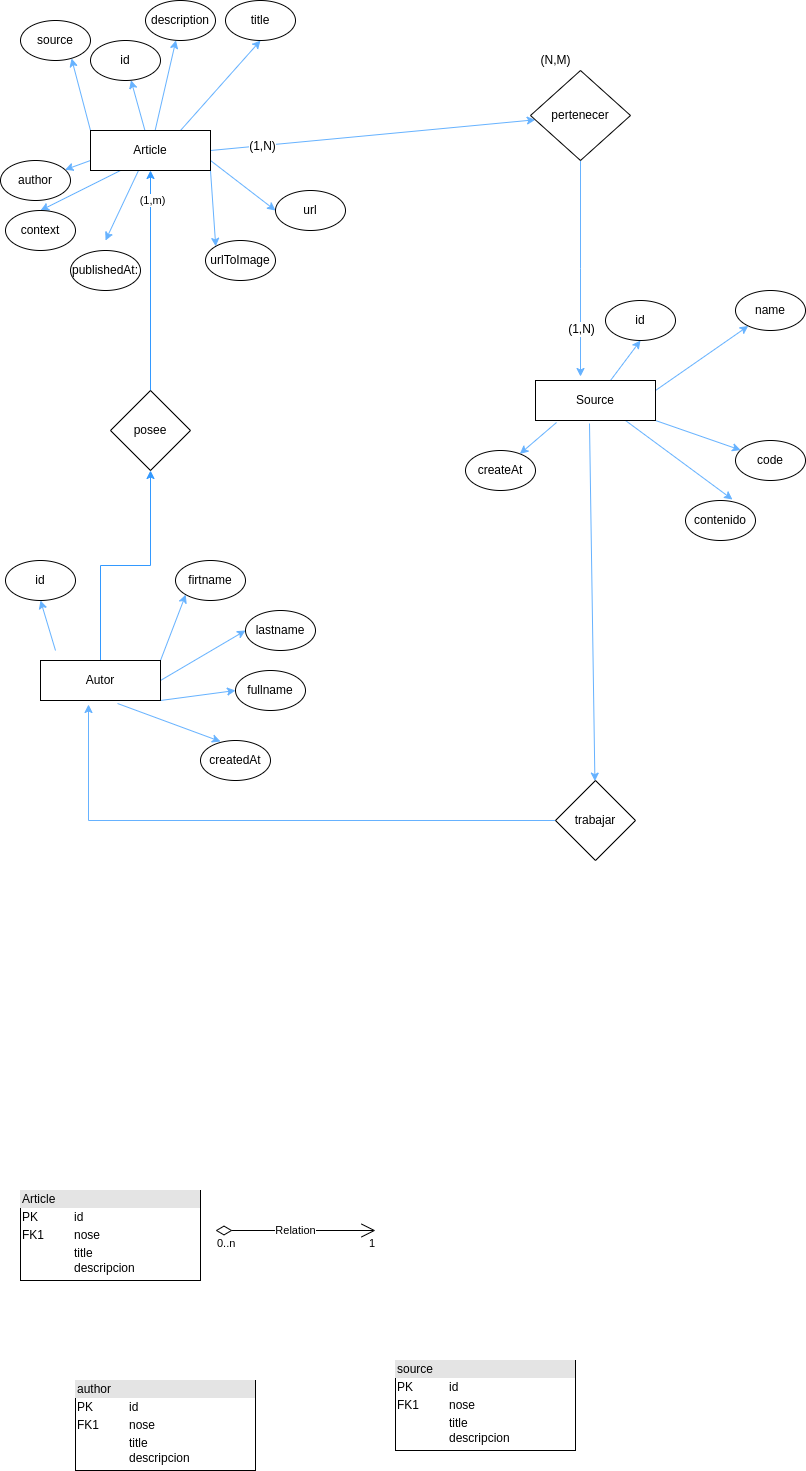
This is info.png from santy-ramirez/basededatos, a draw.io export, as it was before one commit. Source tidied: cells renumbered, new cells last; positions are measured from the earlier drawing's top-left corner, leaving out a move shared by most shapes.
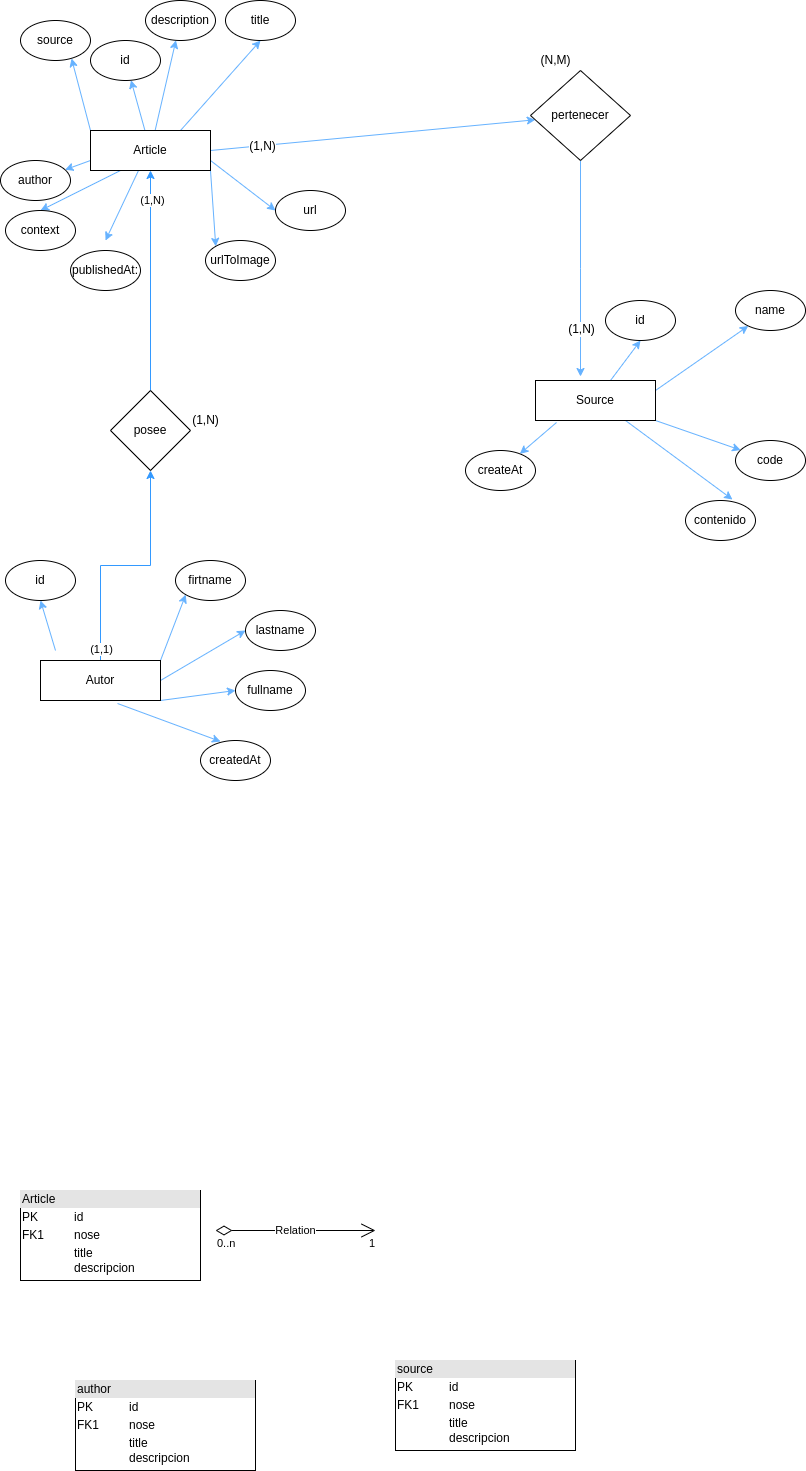
After the change.

What changed in the source:
```diff
@@ -55,9 +55,6 @@
     <mxCell id="18" style="edgeStyle=none;rounded=0;jettySize=auto;html=1;exitX=0.175;exitY=1.05;exitDx=0;exitDy=0;fontFamily=Helvetica;fontSize=12;exitPerimeter=0;strokeColor=#66B2FF;" parent="1" edge="1" source="20" target="42">
       <mxGeometry relative="1" as="geometry" />
     </mxCell>
-    <mxCell id="19" style="rounded=0;jettySize=auto;html=1;fontFamily=Helvetica;fontSize=12;exitX=0.45;exitY=1.075;exitDx=0;exitDy=0;exitPerimeter=0;strokeColor=#66B2FF;" parent="1" edge="1" source="20" target="52">
-      <mxGeometry relative="1" as="geometry" />
-    </mxCell>
     <mxCell id="20" value="Source" style="rounded=0;whiteSpace=wrap;html=1;fontSize=12;glass=0;strokeWidth=1;shadow=0;" parent="1" vertex="1">
       <mxGeometry x="535" y="380" width="120" height="40" as="geometry" />
     </mxCell>
@@ -81,6 +78,9 @@
     <mxCell id="26" style="edgeStyle=orthogonalEdgeStyle;rounded=0;jettySize=auto;html=1;strokeColor=#3399FF;" parent="1" edge="1" source="27" target="61">
       <mxGeometry relative="1" as="geometry" />
     </mxCell>
+    <mxCell id="62" value="(1,1)" style="edgeLabel;html=1;align=center;verticalAlign=middle;" parent="26" vertex="1">
+      <mxGeometry x="-0.9" relative="1" as="geometry" />
+    </mxCell>
     <mxCell id="27" value="Autor" style="rounded=0;whiteSpace=wrap;html=1;fontSize=12;glass=0;strokeWidth=1;shadow=0;" parent="1" vertex="1">
       <mxGeometry x="40" y="660" width="120" height="40" as="geometry" />
     </mxCell>
@@ -153,16 +153,6 @@
     <mxCell id="50" value="(N,M)" style="text;html=1;align=center;verticalAlign=middle;strokeColor=none;fillColor=none;fontSize=12;fontFamily=Helvetica;rounded=0;" parent="1" vertex="1">
       <mxGeometry x="530" y="45" width="50" height="30" as="geometry" />
     </mxCell>
-    <mxCell id="51" style="edgeStyle=elbowEdgeStyle;rounded=0;jettySize=auto;html=1;exitX=0;exitY=0.5;exitDx=0;exitDy=0;entryX=0.4;entryY=1.1;entryDx=0;entryDy=0;entryPerimeter=0;fontFamily=Helvetica;fontSize=12;elbow=vertical;strokeColor=#66B2FF;" parent="1" edge="1" source="52" target="27">
-      <mxGeometry relative="1" as="geometry">
-        <Array as="points">
-          <mxPoint x="305" y="820" />
-        </Array>
-      </mxGeometry>
-    </mxCell>
-    <mxCell id="52" value="trabajar" style="rhombus;whiteSpace=wrap;html=1;rounded=0;glass=0;strokeWidth=1;shadow=0;" parent="1" vertex="1">
-      <mxGeometry x="555" y="780" width="80" height="80" as="geometry" />
-    </mxCell>
     <mxCell id="53" value="&lt;div style=&quot;box-sizing:border-box;width:100%;background:#e4e4e4;padding:2px;&quot;&gt;Article&lt;/div&gt;&lt;table style=&quot;width:100%;font-size:1em;&quot; cellpadding=&quot;2&quot; cellspacing=&quot;0&quot;&gt;&lt;tbody&gt;&lt;tr&gt;&lt;td&gt;PK&lt;/td&gt;&lt;td&gt;id&lt;/td&gt;&lt;/tr&gt;&lt;tr&gt;&lt;td&gt;FK1&lt;/td&gt;&lt;td&gt;nose&lt;/td&gt;&lt;/tr&gt;&lt;tr&gt;&lt;td&gt;&lt;/td&gt;&lt;td&gt;title&lt;br&gt;descripcion&lt;br&gt;&lt;br&gt;&lt;br&gt;&lt;br&gt;&lt;br&gt;&lt;/td&gt;&lt;/tr&gt;&lt;/tbody&gt;&lt;/table&gt;" style="verticalAlign=top;align=left;overflow=fill;html=1;" parent="1" vertex="1">
       <mxGeometry x="20" y="1190" width="180" height="90" as="geometry" />
     </mxCell>
@@ -195,11 +185,14 @@
         </Array>
       </mxGeometry>
     </mxCell>
-    <mxCell id="60" value="(1,m)" style="edgeLabel;html=1;align=center;verticalAlign=middle;" parent="59" vertex="1">
+    <mxCell id="60" value="(1,N)" style="edgeLabel;html=1;align=center;verticalAlign=middle;" parent="59" vertex="1">
       <mxGeometry x="0.79" y="-1" relative="1" as="geometry" />
     </mxCell>
     <mxCell id="61" value="posee" style="rhombus;whiteSpace=wrap;html=1;rounded=0;glass=0;strokeWidth=1;shadow=0;" parent="1" vertex="1">
       <mxGeometry x="110" y="390" width="80" height="80" as="geometry" />
     </mxCell>
+    <mxCell id="63" value="(1,N)" style="text;html=1;align=center;verticalAlign=middle;strokeColor=none;fillColor=none;" parent="1" vertex="1">
+      <mxGeometry x="180" y="405" width="50" height="30" as="geometry" />
+    </mxCell>
   </root>
 </mxGraphModel>
```
